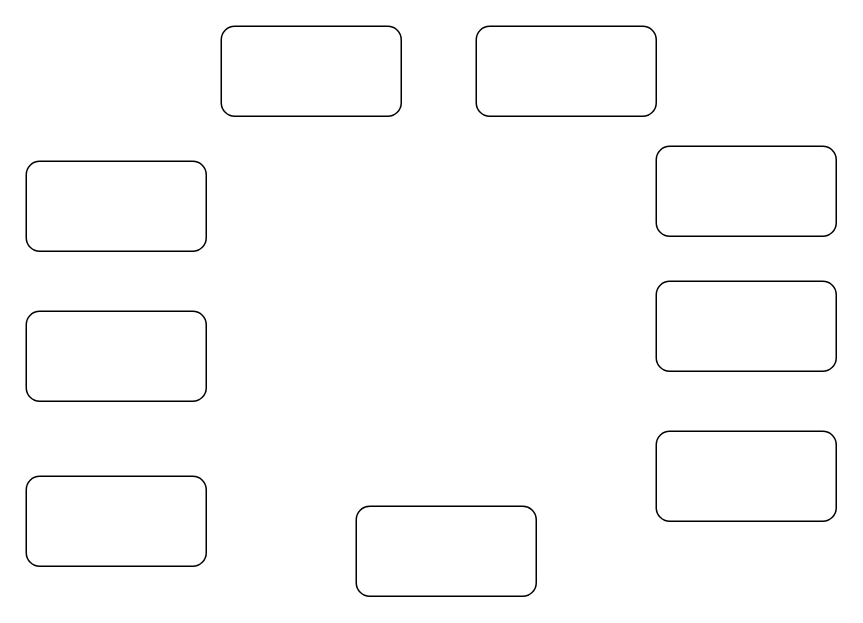
Earlier version of the draw.io diagram 小姐商业模型.drawio (MoNaiZi/draw.io). Source tidied: cells renumbered, new cells numbered last; positions are measured from the earlier drawing's top-left corner, leaving out a move shared by most shapes. Both pictures are drawn from the tidied source at 150%, with x=0, y=0 at pixel (26, 26).
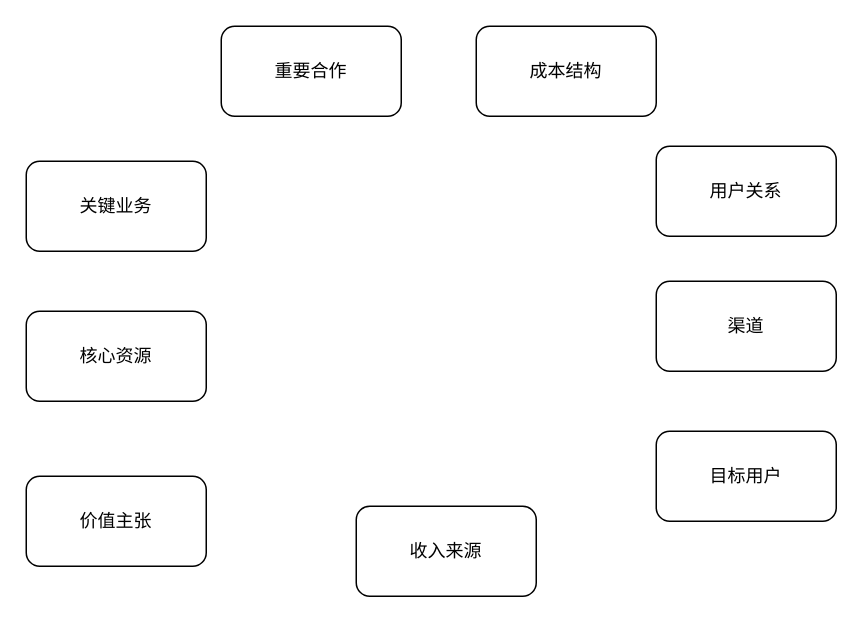
After the change.

Commit message (it also covers changes not shown here):
更新小姐商业模型.drawio

Change to the diagram source:
```diff
@@
 <mxGraphModel>
   <root>
     <mxCell id="0" />
     <mxCell id="1" parent="0" />
-    <mxCell id="2" style="rounded=1;whiteSpace=wrap;html=1;" parent="1" vertex="1">
+    <mxCell id="2" value="重要合作" style="rounded=1;whiteSpace=wrap;html=1;" parent="1" vertex="1">
       <mxGeometry x="130" width="120" height="60" as="geometry" />
     </mxCell>
-    <mxCell id="3" style="rounded=1;whiteSpace=wrap;html=1;" parent="1" vertex="1">
+    <mxCell id="3" value="成本结构" style="rounded=1;whiteSpace=wrap;html=1;" parent="1" vertex="1">
       <mxGeometry x="300" width="120" height="60" as="geometry" />
     </mxCell>
-    <mxCell id="4" style="rounded=1;whiteSpace=wrap;html=1;" parent="1" vertex="1">
+    <mxCell id="4" value="关键业务" style="rounded=1;whiteSpace=wrap;html=1;" parent="1" vertex="1">
       <mxGeometry y="90" width="120" height="60" as="geometry" />
     </mxCell>
-    <mxCell id="5" style="rounded=1;whiteSpace=wrap;html=1;" parent="1" vertex="1">
+    <mxCell id="5" value="核心资源" style="rounded=1;whiteSpace=wrap;html=1;" parent="1" vertex="1">
       <mxGeometry y="190" width="120" height="60" as="geometry" />
     </mxCell>
-    <mxCell id="6" style="rounded=1;whiteSpace=wrap;html=1;" parent="1" vertex="1">
+    <mxCell id="6" value="价值主张" style="rounded=1;whiteSpace=wrap;html=1;" parent="1" vertex="1">
       <mxGeometry y="300" width="120" height="60" as="geometry" />
     </mxCell>
-    <mxCell id="7" style="rounded=1;whiteSpace=wrap;html=1;" parent="1" vertex="1">
+    <mxCell id="7" value="用户关系" style="rounded=1;whiteSpace=wrap;html=1;" parent="1" vertex="1">
       <mxGeometry x="420" y="80" width="120" height="60" as="geometry" />
     </mxCell>
-    <mxCell id="8" style="rounded=1;whiteSpace=wrap;html=1;" parent="1" vertex="1">
+    <mxCell id="8" value="渠道" style="rounded=1;whiteSpace=wrap;html=1;" parent="1" vertex="1">
       <mxGeometry x="420" y="170" width="120" height="60" as="geometry" />
     </mxCell>
-    <mxCell id="9" style="rounded=1;whiteSpace=wrap;html=1;" parent="1" vertex="1">
+    <mxCell id="9" value="目标用户" style="rounded=1;whiteSpace=wrap;html=1;" parent="1" vertex="1">
       <mxGeometry x="420" y="270" width="120" height="60" as="geometry" />
     </mxCell>
-    <mxCell id="10" style="rounded=1;whiteSpace=wrap;html=1;" parent="1" vertex="1">
+    <mxCell id="10" value="收入来源" style="rounded=1;whiteSpace=wrap;html=1;" parent="1" vertex="1">
       <mxGeometry x="220" y="320" width="120" height="60" as="geometry" />
     </mxCell>
   </root>
 </mxGraphModel>
```
